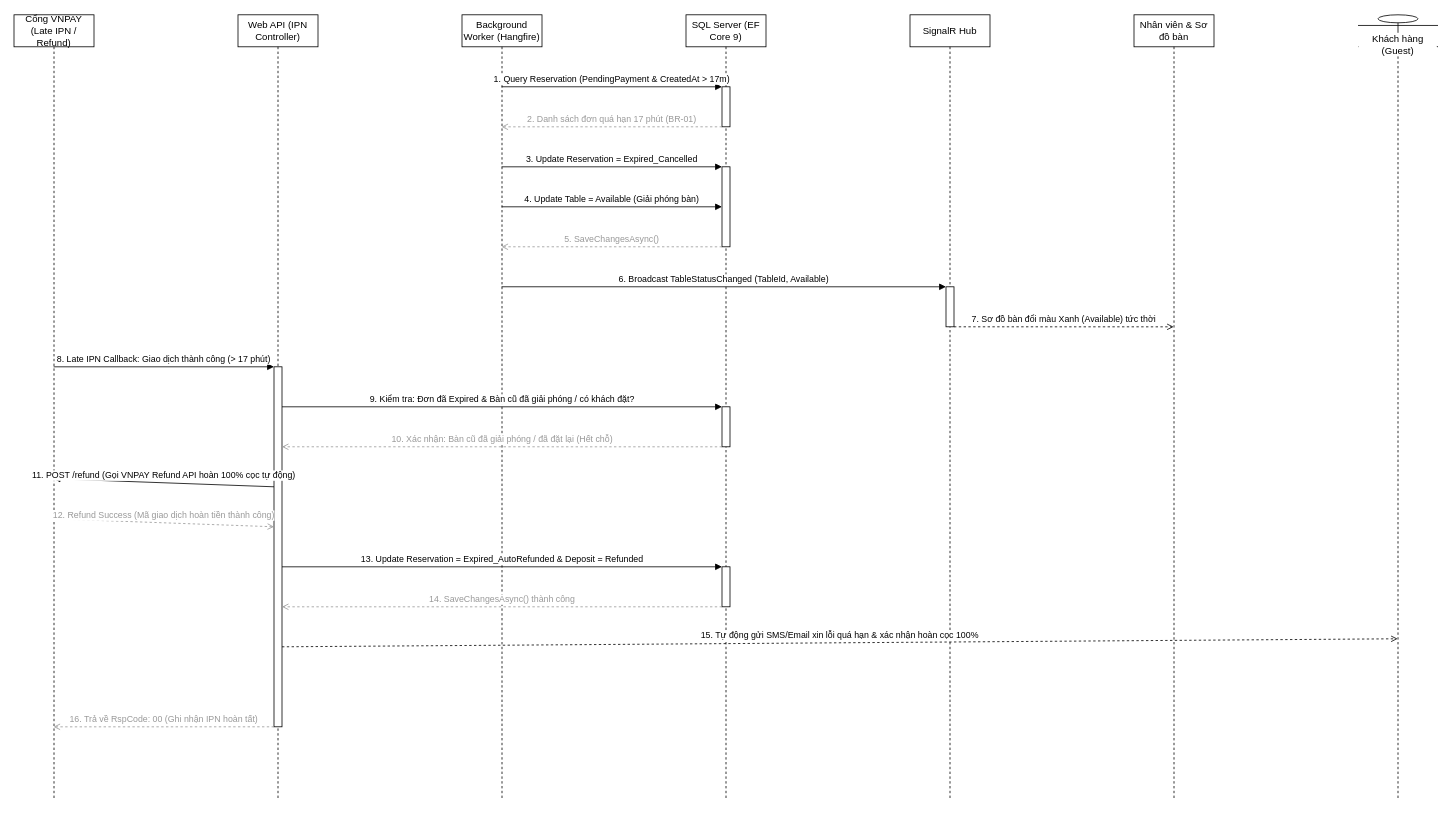
The draw.io diagram docs/phase1/drawio/sd10_auto_release_late_ipn.drawio in AndrewQng/VinDining, before the edit. Source tidied: cells renumbered, new cells numbered last; positions are measured from the earlier drawing's top-left corner, leaving out a move shared by most shapes. Both pictures are drawn from the tidied source at 80%, with x=0, y=0 at pixel (14, 14).
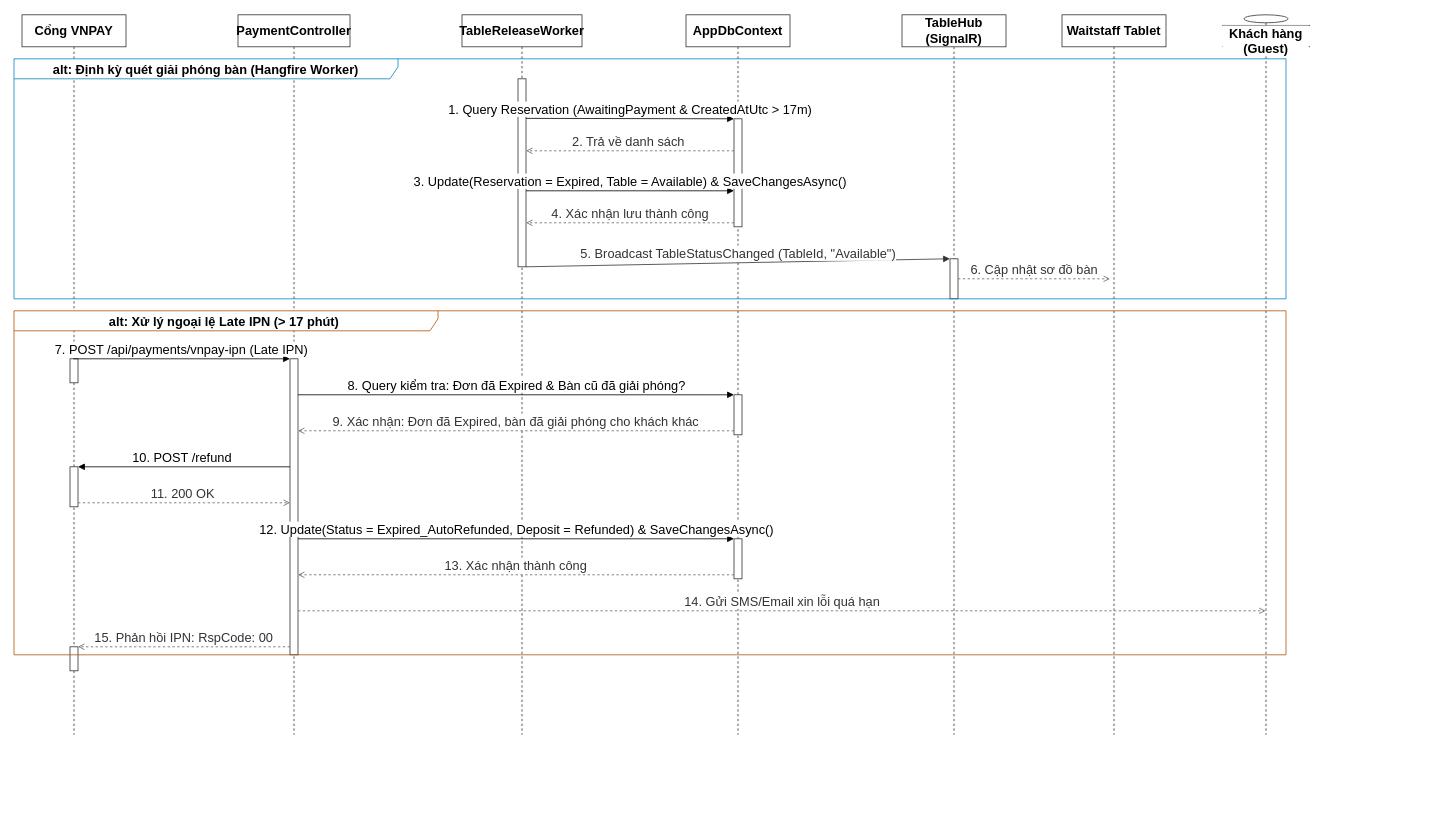
After the change.

Diff of the diagram source:
```diff
@@
-    <mxCell id="2" value="Cổng VNPAY (Late IPN / Refund)" style="shape=umlLifeline;perimeter=lifelinePerimeter;whiteSpace=wrap;html=1;outlineConnect=0;portConstraint=eastwest;size=40;" parent="1" vertex="1">
-      <mxGeometry width="100" height="980" as="geometry" />
+    <mxCell id="2" value="Cổng VNPAY" style="shape=umlLifeline;perimeter=lifelinePerimeter;whiteSpace=wrap;html=1;outlineConnect=0;portConstraint=eastwest;size=40;fontSize=16;fontStyle=1;fillColor=#ffffff;strokeColor=#333333;" parent="1" vertex="1">
+      <mxGeometry x="10" width="130" height="900" as="geometry" />
     </mxCell>
+    <mxCell id="31" style="html=1;perimeter=orthogonalPerimeter;fillColor=#ffffff;strokeColor=#333333;fontSize=16;" parent="2" vertex="1">
+      <mxGeometry x="60" y="430" width="10" height="30" as="geometry" />
+    </mxCell>
+    <mxCell id="32" style="html=1;points=[];perimeter=orthogonalPerimeter;outlineConnect=0;fillColor=#ffffff;strokeColor=#333333;fontSize=16;" parent="2" vertex="1">
+      <mxGeometry x="60" y="565" width="10" height="50" as="geometry" />
+    </mxCell>
+    <mxCell id="33" style="html=1;points=[];perimeter=orthogonalPerimeter;outlineConnect=0;fillColor=#ffffff;strokeColor=#333333;fontSize=16;" parent="2" vertex="1">
+      <mxGeometry x="60" y="790" width="10" height="30" as="geometry" />
+    </mxCell>
-    <mxCell id="3" value="Web API (IPN Controller)" style="shape=umlLifeline;perimeter=lifelinePerimeter;whiteSpace=wrap;html=1;size=40;" parent="1" vertex="1">
-      <mxGeometry x="280" width="100" height="980" as="geometry" />
+    <mxCell id="3" value="PaymentController" style="shape=umlLifeline;perimeter=lifelinePerimeter;whiteSpace=wrap;html=1;size=40;fontSize=16;fontStyle=1;fillColor=#ffffff;strokeColor=#333333;" parent="1" vertex="1">
+      <mxGeometry x="280" width="140" height="900" as="geometry" />
     </mxCell>
+    <mxCell id="34" style="html=1;points=[];perimeter=orthogonalPerimeter;outlineConnect=0;fillColor=#ffffff;strokeColor=#333333;fontSize=16;" parent="3" vertex="1">
+      <mxGeometry x="65" y="430" width="10" height="370" as="geometry" />
+    </mxCell>
-    <mxCell id="4" value="Background Worker (Hangfire)" style="shape=umlLifeline;perimeter=lifelinePerimeter;whiteSpace=wrap;html=1;outlineConnect=0;portConstraint=eastwest;size=40;" parent="1" vertex="1">
-      <mxGeometry x="560" width="100" height="980" as="geometry" />
+    <mxCell id="4" value="TableReleaseWorker" style="shape=umlLifeline;perimeter=lifelinePerimeter;whiteSpace=wrap;html=1;outlineConnect=0;portConstraint=eastwest;size=40;fontSize=16;fontStyle=1;fillColor=#ffffff;strokeColor=#333333;" parent="1" vertex="1">
+      <mxGeometry x="560" width="150" height="900" as="geometry" />
     </mxCell>
+    <mxCell id="35" style="html=1;points=[];perimeter=orthogonalPerimeter;outlineConnect=0;fillColor=#ffffff;strokeColor=#333333;fontSize=16;" parent="4" vertex="1">
+      <mxGeometry x="70" y="80" width="10" height="235" as="geometry" />
+    </mxCell>
-    <mxCell id="5" value="SQL Server (EF Core 9)" style="shape=umlLifeline;perimeter=lifelinePerimeter;whiteSpace=wrap;html=1;size=40;" parent="1" vertex="1">
-      <mxGeometry x="840" width="100" height="980" as="geometry" />
+    <mxCell id="5" value="AppDbContext" style="shape=umlLifeline;perimeter=lifelinePerimeter;whiteSpace=wrap;html=1;size=40;fontSize=16;fontStyle=1;fillColor=#ffffff;strokeColor=#333333;" parent="1" vertex="1">
+      <mxGeometry x="840" width="130" height="900" as="geometry" />
     </mxCell>
+    <mxCell id="36" style="html=1;points=[];perimeter=orthogonalPerimeter;outlineConnect=0;fillColor=#ffffff;strokeColor=#333333;fontSize=16;" parent="5" vertex="1">
+      <mxGeometry x="60" y="130" width="10" height="85" as="geometry" />
+    </mxCell>
+    <mxCell id="37" style="html=1;points=[];perimeter=orthogonalPerimeter;outlineConnect=0;fillColor=#ffffff;strokeColor=#333333;fontSize=16;" parent="5" vertex="1">
+      <mxGeometry x="60" y="215" width="10" height="50" as="geometry" />
+    </mxCell>
+    <mxCell id="38" style="html=1;points=[];perimeter=orthogonalPerimeter;outlineConnect=0;fillColor=#ffffff;strokeColor=#333333;fontSize=16;" parent="5" vertex="1">
+      <mxGeometry x="60" y="475" width="10" height="50" as="geometry" />
+    </mxCell>
+    <mxCell id="39" style="html=1;points=[];perimeter=orthogonalPerimeter;outlineConnect=0;fillColor=#ffffff;strokeColor=#333333;fontSize=16;" parent="5" vertex="1">
+      <mxGeometry x="60" y="655" width="10" height="50" as="geometry" />
+    </mxCell>
-    <mxCell id="6" value="SignalR Hub" style="shape=umlLifeline;perimeter=lifelinePerimeter;whiteSpace=wrap;html=1;size=40;" parent="1" vertex="1">
-      <mxGeometry x="1120" width="100" height="980" as="geometry" />
+    <mxCell id="6" value="TableHub (SignalR)" style="shape=umlLifeline;perimeter=lifelinePerimeter;whiteSpace=wrap;html=1;size=40;fontSize=16;fontStyle=1;fillColor=#ffffff;strokeColor=#333333;" parent="1" vertex="1">
+      <mxGeometry x="1110" width="130" height="900" as="geometry" />
     </mxCell>
+    <mxCell id="40" style="html=1;points=[];perimeter=orthogonalPerimeter;outlineConnect=0;fillColor=#ffffff;strokeColor=#333333;fontSize=16;" parent="6" vertex="1">
+      <mxGeometry x="60" y="305" width="10" height="50" as="geometry" />
+    </mxCell>
-    <mxCell id="7" value="Nhân viên &amp; Sơ đồ bàn" style="shape=umlLifeline;perimeter=lifelinePerimeter;whiteSpace=wrap;html=1;outlineConnect=0;portConstraint=eastwest;size=40;" parent="1" vertex="1">
-      <mxGeometry x="1400" width="100" height="980" as="geometry" />
+    <mxCell id="7" value="Waitstaff Tablet" style="shape=umlLifeline;perimeter=lifelinePerimeter;whiteSpace=wrap;html=1;outlineConnect=0;portConstraint=eastwest;size=40;fontSize=16;fontStyle=1;fillColor=#ffffff;strokeColor=#333333;" parent="1" vertex="1">
+      <mxGeometry x="1310" width="130" height="900" as="geometry" />
     </mxCell>
-    <mxCell id="8" value="Khách hàng (Guest)" style="shape=umlLifeline;perimeter=lifelinePerimeter;whiteSpace=wrap;html=1;outlineConnect=0;portConstraint=eastwest;size=40;participant=umlActor;verticalAlign=bottom;spacingBottom=-14;labelBackgroundColor=#ffffff;" parent="1" vertex="1">
-      <mxGeometry x="1680" width="100" height="980" as="geometry" />
+    <mxCell id="8" value="Khách hàng (Guest)" style="shape=umlLifeline;perimeter=lifelinePerimeter;whiteSpace=wrap;html=1;outlineConnect=0;portConstraint=eastwest;size=40;participant=umlActor;verticalAlign=bottom;spacingBottom=-14;labelBackgroundColor=#ffffff;fontSize=16;fontStyle=1;strokeColor=#333333;" parent="1" vertex="1">
+      <mxGeometry x="1510" width="110" height="900" as="geometry" />
     </mxCell>
-    <mxCell id="9" style="html=1;points=[];perimeter=orthogonalPerimeter;outlineConnect=0;fillColor=#ffffff;" parent="5" vertex="1">
-      <mxGeometry x="45" y="90" width="10" height="50" as="geometry" />
-    </mxCell>
-    <mxCell id="10" style="html=1;points=[];perimeter=orthogonalPerimeter;outlineConnect=0;fillColor=#ffffff;" parent="5" vertex="1">
-      <mxGeometry x="45" y="190" width="10" height="100" as="geometry" />
-    </mxCell>
-    <mxCell id="11" style="html=1;points=[];perimeter=orthogonalPerimeter;outlineConnect=0;fillColor=#ffffff;" parent="6" vertex="1">
-      <mxGeometry x="45" y="340" width="10" height="50" as="geometry" />
-    </mxCell>
-    <mxCell id="12" style="html=1;points=[];perimeter=orthogonalPerimeter;outlineConnect=0;fillColor=#ffffff;" parent="5" vertex="1">
-      <mxGeometry x="45" y="490" width="10" height="50" as="geometry" />
-    </mxCell>
-    <mxCell id="13" style="html=1;points=[];perimeter=orthogonalPerimeter;outlineConnect=0;fillColor=#ffffff;" parent="5" vertex="1">
-      <mxGeometry x="45" y="690" width="10" height="50" as="geometry" />
-    </mxCell>
-    <mxCell id="14" style="html=1;points=[];perimeter=orthogonalPerimeter;outlineConnect=0;fillColor=#ffffff;" parent="3" vertex="1">
-      <mxGeometry x="45" y="440" width="10" height="450" as="geometry" />
-    </mxCell>
+    <mxCell id="41" value="alt: Định kỳ quét giải phóng bàn (Hangfire Worker)" style="shape=umlFrame;whiteSpace=wrap;html=1;width=480;height=25;fontSize=16;fontStyle=1;strokeColor=#0284c7;" parent="1" vertex="1">
+      <mxGeometry y="55" width="1590" height="300" as="geometry" />
+    </mxCell>
-    <mxCell id="15" value="1. Query Reservation (PendingPayment &amp; CreatedAt &gt; 17m)" style="html=1;verticalAlign=bottom;endArrow=block;curved=0;rounded=0;exitX=0.5;exitY=0.0918;entryX=0;entryY=0.0;" parent="1" edge="1" source="4" target="9">
+    <mxCell id="15" value="1. Query Reservation (AwaitingPayment &amp;amp; CreatedAtUtc &amp;gt; 17m)" style="html=1;verticalAlign=bottom;endArrow=block;curved=0;rounded=0;exitX=1;exitY=0.2105;entryX=0;entryY=0.0000;fontSize=16;" parent="1" edge="1" source="35" target="36">
       <mxGeometry relative="1" as="geometry" />
     </mxCell>
-    <mxCell id="16" value="2. Danh sách đơn quá hạn 17 phút (BR-01)" style="html=1;verticalAlign=bottom;endArrow=open;dashed=1;curved=0;rounded=0;strokeColor=#999999;fontColor=#999999;exitX=0;exitY=1.0;entryX=0.5;entryY=0.1429;" parent="1" edge="1" source="9" target="4">
-      <mxGeometry relative="1" as="geometry" />
+    <mxCell id="16" value="2. Trả về danh sách&amp;nbsp;" style="html=1;verticalAlign=bottom;endArrow=open;dashed=1;curved=0;rounded=0;strokeColor=#666666;fontColor=#333333;exitX=0;exitY=0.9000;entryX=1;entryY=0.4474;fontSize=16;" parent="1" edge="1">
+      <mxGeometry relative="1" as="geometry">
+        <mxPoint x="900" y="170" as="sourcePoint" />
+        <mxPoint x="640" y="170" as="targetPoint" />
+      </mxGeometry>
     </mxCell>
-    <mxCell id="17" value="3. Update Reservation = Expired_Cancelled" style="html=1;verticalAlign=bottom;endArrow=block;curved=0;rounded=0;exitX=0.5;exitY=0.1939;entryX=0;entryY=0.0;" parent="1" edge="1" source="4" target="10">
-      <mxGeometry relative="1" as="geometry" />
+    <mxCell id="17" value="3. Update(Reservation = Expired, Table = Available) &amp;amp; SaveChangesAsync()" style="html=1;verticalAlign=bottom;endArrow=block;curved=0;rounded=0;exitX=1;exitY=0.6842;fontSize=16;" parent="1" edge="1">
+      <mxGeometry relative="1" as="geometry">
+        <mxPoint x="640" y="220" as="sourcePoint" />
+        <mxPoint x="900" y="220" as="targetPoint" />
+      </mxGeometry>
     </mxCell>
-    <mxCell id="18" value="4. Update Table = Available (Giải phóng bàn)" style="html=1;verticalAlign=bottom;endArrow=block;curved=0;rounded=0;exitX=0.5;exitY=0.2449;entryX=0;entryY=0.5;" parent="1" edge="1" source="4" target="10">
+    <mxCell id="18" value="4. Xác nhận lưu thành công" style="html=1;verticalAlign=bottom;endArrow=open;dashed=1;curved=0;rounded=0;strokeColor=#666666;fontColor=#333333;exitX=0;exitY=0.9000;fontSize=16;" parent="1" edge="1" source="37" target="35">
       <mxGeometry relative="1" as="geometry" />
     </mxCell>
-    <mxCell id="19" value="5. SaveChangesAsync()" style="html=1;verticalAlign=bottom;endArrow=open;dashed=1;curved=0;rounded=0;strokeColor=#999999;fontColor=#999999;exitX=0;exitY=1.0;entryX=0.5;entryY=0.2959;" parent="1" edge="1" source="10" target="4">
+    <mxCell id="19" value="5. Broadcast TableStatusChanged (TableId, &quot;Available&quot;)" style="html=1;verticalAlign=bottom;endArrow=block;curved=0;rounded=0;strokeColor=#333333;fontColor=#333333;exitX=1;exitY=1.0000;entryX=0;entryY=0.0000;fontSize=16;" parent="1" edge="1" source="35" target="40">
       <mxGeometry relative="1" as="geometry" />
     </mxCell>
-    <mxCell id="20" value="6. Broadcast TableStatusChanged (TableId, Available)" style="html=1;verticalAlign=bottom;endArrow=block;curved=0;rounded=0;exitX=0.5;exitY=0.3469;entryX=0;entryY=0.0;" parent="1" edge="1" source="4" target="11">
-      <mxGeometry relative="1" as="geometry" />
+    <mxCell id="20" value="6. Cập nhật sơ đồ bàn" style="html=1;verticalAlign=bottom;endArrow=open;dashed=1;curved=0;rounded=0;strokeColor=#666666;fontColor=#333333;exitX=1;exitY=0.9000;fontSize=16;" parent="1" edge="1">
+      <mxGeometry relative="1" as="geometry">
+        <mxPoint x="1180" y="330" as="sourcePoint" />
+        <mxPoint x="1370" y="330" as="targetPoint" />
+      </mxGeometry>
     </mxCell>
-    <mxCell id="21" value="7. Sơ đồ bàn đổi màu Xanh (Available) tức thời" style="html=1;verticalAlign=bottom;endArrow=open;dashed=1;curved=0;rounded=0;exitX=1;exitY=1.0;entryX=0.5;entryY=0.398;" parent="1" edge="1" source="11" target="7">
-      <mxGeometry relative="1" as="geometry" />
+    <mxCell id="21" value="7. POST /api/payments/vnpay-ipn (Late IPN)" style="html=1;verticalAlign=bottom;endArrow=block;curved=0;rounded=0;entryX=0;entryY=0.0000;fontSize=16;" parent="1" edge="1" target="34">
+      <mxGeometry relative="1" as="geometry">
+        <mxPoint x="74.1" y="430" as="sourcePoint" />
+      </mxGeometry>
     </mxCell>
-    <mxCell id="22" value="8. Late IPN Callback: Giao dịch thành công (&gt; 17 phút)" style="html=1;verticalAlign=bottom;endArrow=block;curved=0;rounded=0;exitX=0.5;exitY=0.449;entryX=0;entryY=0.0;" parent="1" edge="1" source="2" target="14">
+    <mxCell id="22" value="8. Query kiểm tra: Đơn đã Expired &amp;amp; Bàn cũ đã giải phóng?" style="html=1;verticalAlign=bottom;endArrow=block;curved=0;rounded=0;exitX=1;exitY=0.1216;entryX=0;entryY=0.0000;fontSize=16;" parent="1" edge="1" source="34" target="38">
       <mxGeometry relative="1" as="geometry" />
     </mxCell>
-    <mxCell id="23" value="9. Kiểm tra: Đơn đã Expired &amp; Bàn cũ đã giải phóng / có khách đặt?" style="html=1;verticalAlign=bottom;endArrow=block;curved=0;rounded=0;exitX=1;exitY=0.1111;entryX=0;entryY=0.0;" parent="1" edge="1" source="14" target="12">
+    <mxCell id="23" value="9. Xác nhận: Đơn đã Expired, bàn đã giải phóng cho khách khác" style="html=1;verticalAlign=bottom;endArrow=open;dashed=1;curved=0;rounded=0;strokeColor=#666666;fontColor=#333333;exitX=0;exitY=0.9000;entryX=1;entryY=0.2432;fontSize=16;" parent="1" edge="1" source="38" target="34">
       <mxGeometry relative="1" as="geometry" />
     </mxCell>
-    <mxCell id="24" value="10. Xác nhận: Bàn cũ đã giải phóng / đã đặt lại (Hết chỗ)" style="html=1;verticalAlign=bottom;endArrow=open;dashed=1;curved=0;rounded=0;strokeColor=#999999;fontColor=#999999;exitX=0;exitY=1.0;entryX=1;entryY=0.2222;" parent="1" edge="1" source="12" target="14">
+    <mxCell id="24" value="10. POST /refund&amp;nbsp;" style="html=1;verticalAlign=bottom;endArrow=block;curved=0;rounded=0;exitX=0;exitY=0.3649;entryX=1;entryY=0.0000;fontSize=16;" parent="1" edge="1" source="34" target="32">
       <mxGeometry relative="1" as="geometry" />
     </mxCell>
-    <mxCell id="25" value="11. POST /refund (Gọi VNPAY Refund API hoàn 100% cọc tự động)" style="html=1;verticalAlign=bottom;endArrow=block;curved=0;rounded=0;exitX=0;exitY=0.3333;entryX=0.5;entryY=0.5918;" parent="1" edge="1" source="14" target="2">
+    <mxCell id="25" value="11. 200 OK&amp;nbsp;" style="html=1;verticalAlign=bottom;endArrow=open;dashed=1;curved=0;rounded=0;strokeColor=#666666;fontColor=#333333;exitX=1;exitY=0.9000;entryX=0;entryY=0.4865;fontSize=16;" parent="1" edge="1" source="32" target="34">
       <mxGeometry relative="1" as="geometry" />
     </mxCell>
-    <mxCell id="26" value="12. Refund Success (Mã giao dịch hoàn tiền thành công)" style="html=1;verticalAlign=bottom;endArrow=open;dashed=1;curved=0;rounded=0;strokeColor=#999999;fontColor=#999999;exitX=0.5;exitY=0.6429;entryX=0;entryY=0.4444;" parent="1" edge="1" source="2" target="14">
+    <mxCell id="26" value="12. Update(Status = Expired_AutoRefunded, Deposit = Refunded) &amp;amp; SaveChangesAsync()" style="html=1;verticalAlign=bottom;endArrow=block;curved=0;rounded=0;exitX=1;exitY=0.6081;entryX=0;entryY=0.0000;fontSize=16;" parent="1" edge="1" source="34" target="39">
       <mxGeometry relative="1" as="geometry" />
     </mxCell>
-    <mxCell id="27" value="13. Update Reservation = Expired_AutoRefunded &amp; Deposit = Refunded" style="html=1;verticalAlign=bottom;endArrow=block;curved=0;rounded=0;exitX=1;exitY=0.5556;entryX=0;entryY=0.0;" parent="1" edge="1" source="14" target="13">
+    <mxCell id="27" value="13. Xác nhận thành công" style="html=1;verticalAlign=bottom;endArrow=open;dashed=1;curved=0;rounded=0;strokeColor=#666666;fontColor=#333333;exitX=0;exitY=0.9000;entryX=1;entryY=0.7297;fontSize=16;" parent="1" edge="1" source="39" target="34">
       <mxGeometry relative="1" as="geometry" />
     </mxCell>
-    <mxCell id="28" value="14. SaveChangesAsync() thành công" style="html=1;verticalAlign=bottom;endArrow=open;dashed=1;curved=0;rounded=0;strokeColor=#999999;fontColor=#999999;exitX=0;exitY=1.0;entryX=1;entryY=0.6667;" parent="1" edge="1" source="13" target="14">
+    <mxCell id="28" value="14. Gửi SMS/Email xin lỗi quá hạn" style="html=1;verticalAlign=bottom;endArrow=open;dashed=1;curved=0;rounded=0;strokeColor=#666666;fontColor=#333333;exitX=1;exitY=0.8514;fontSize=16;" parent="1" edge="1" source="34" target="8">
       <mxGeometry relative="1" as="geometry" />
     </mxCell>
-    <mxCell id="29" value="15. Tự động gửi SMS/Email xin lỗi quá hạn &amp; xác nhận hoàn cọc 100%" style="html=1;verticalAlign=bottom;endArrow=open;dashed=1;curved=0;rounded=0;exitX=1;exitY=0.7778;entryX=0.5;entryY=0.7959;" parent="1" edge="1" source="14" target="8">
+    <mxCell id="29" value="15. Phản hồi IPN: RspCode: 00" style="html=1;verticalAlign=bottom;endArrow=open;dashed=1;curved=0;rounded=0;strokeColor=#666666;fontColor=#333333;exitX=0;exitY=0.9730;fontSize=16;" parent="1" edge="1" source="34" target="33">
       <mxGeometry relative="1" as="geometry" />
     </mxCell>
-    <mxCell id="30" value="16. Trả về RspCode: 00 (Ghi nhận IPN hoàn tất)" style="html=1;verticalAlign=bottom;endArrow=open;dashed=1;curved=0;rounded=0;strokeColor=#999999;fontColor=#999999;exitX=0;exitY=1.0;entryX=0.5;entryY=0.9082;" parent="1" edge="1" source="14" target="2">
-      <mxGeometry relative="1" as="geometry" />
-    </mxCell>
+    <mxCell id="42" value="alt: Xử lý ngoại lệ Late IPN (&amp;gt; 17 phút)&amp;nbsp;" style="shape=umlFrame;whiteSpace=wrap;html=1;width=530;height=25;fontSize=16;fontStyle=1;strokeColor=#b45309;" parent="1" vertex="1">
+      <mxGeometry y="370" width="1590" height="430" as="geometry" />
+    </mxCell>
```
